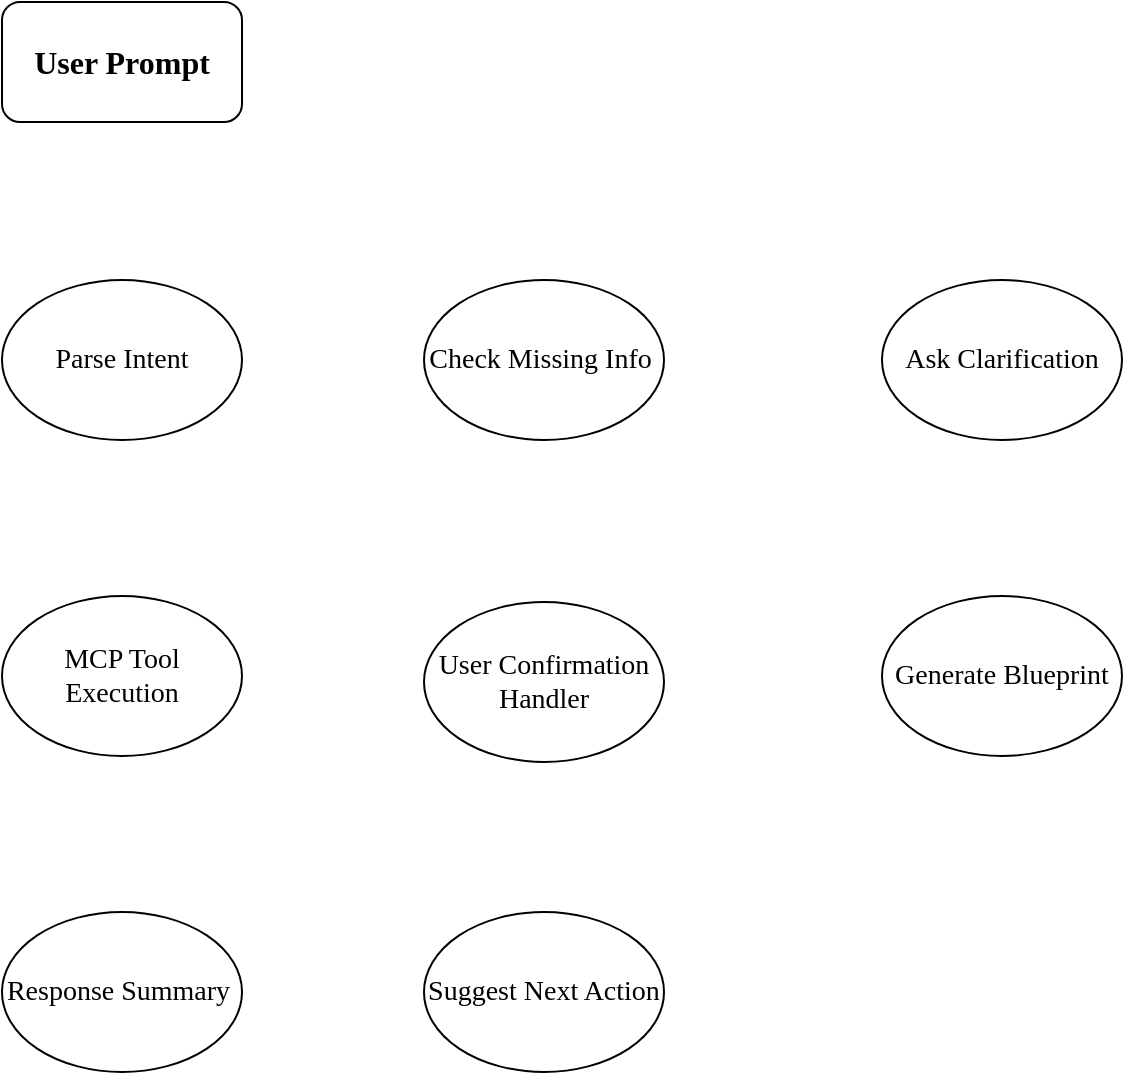
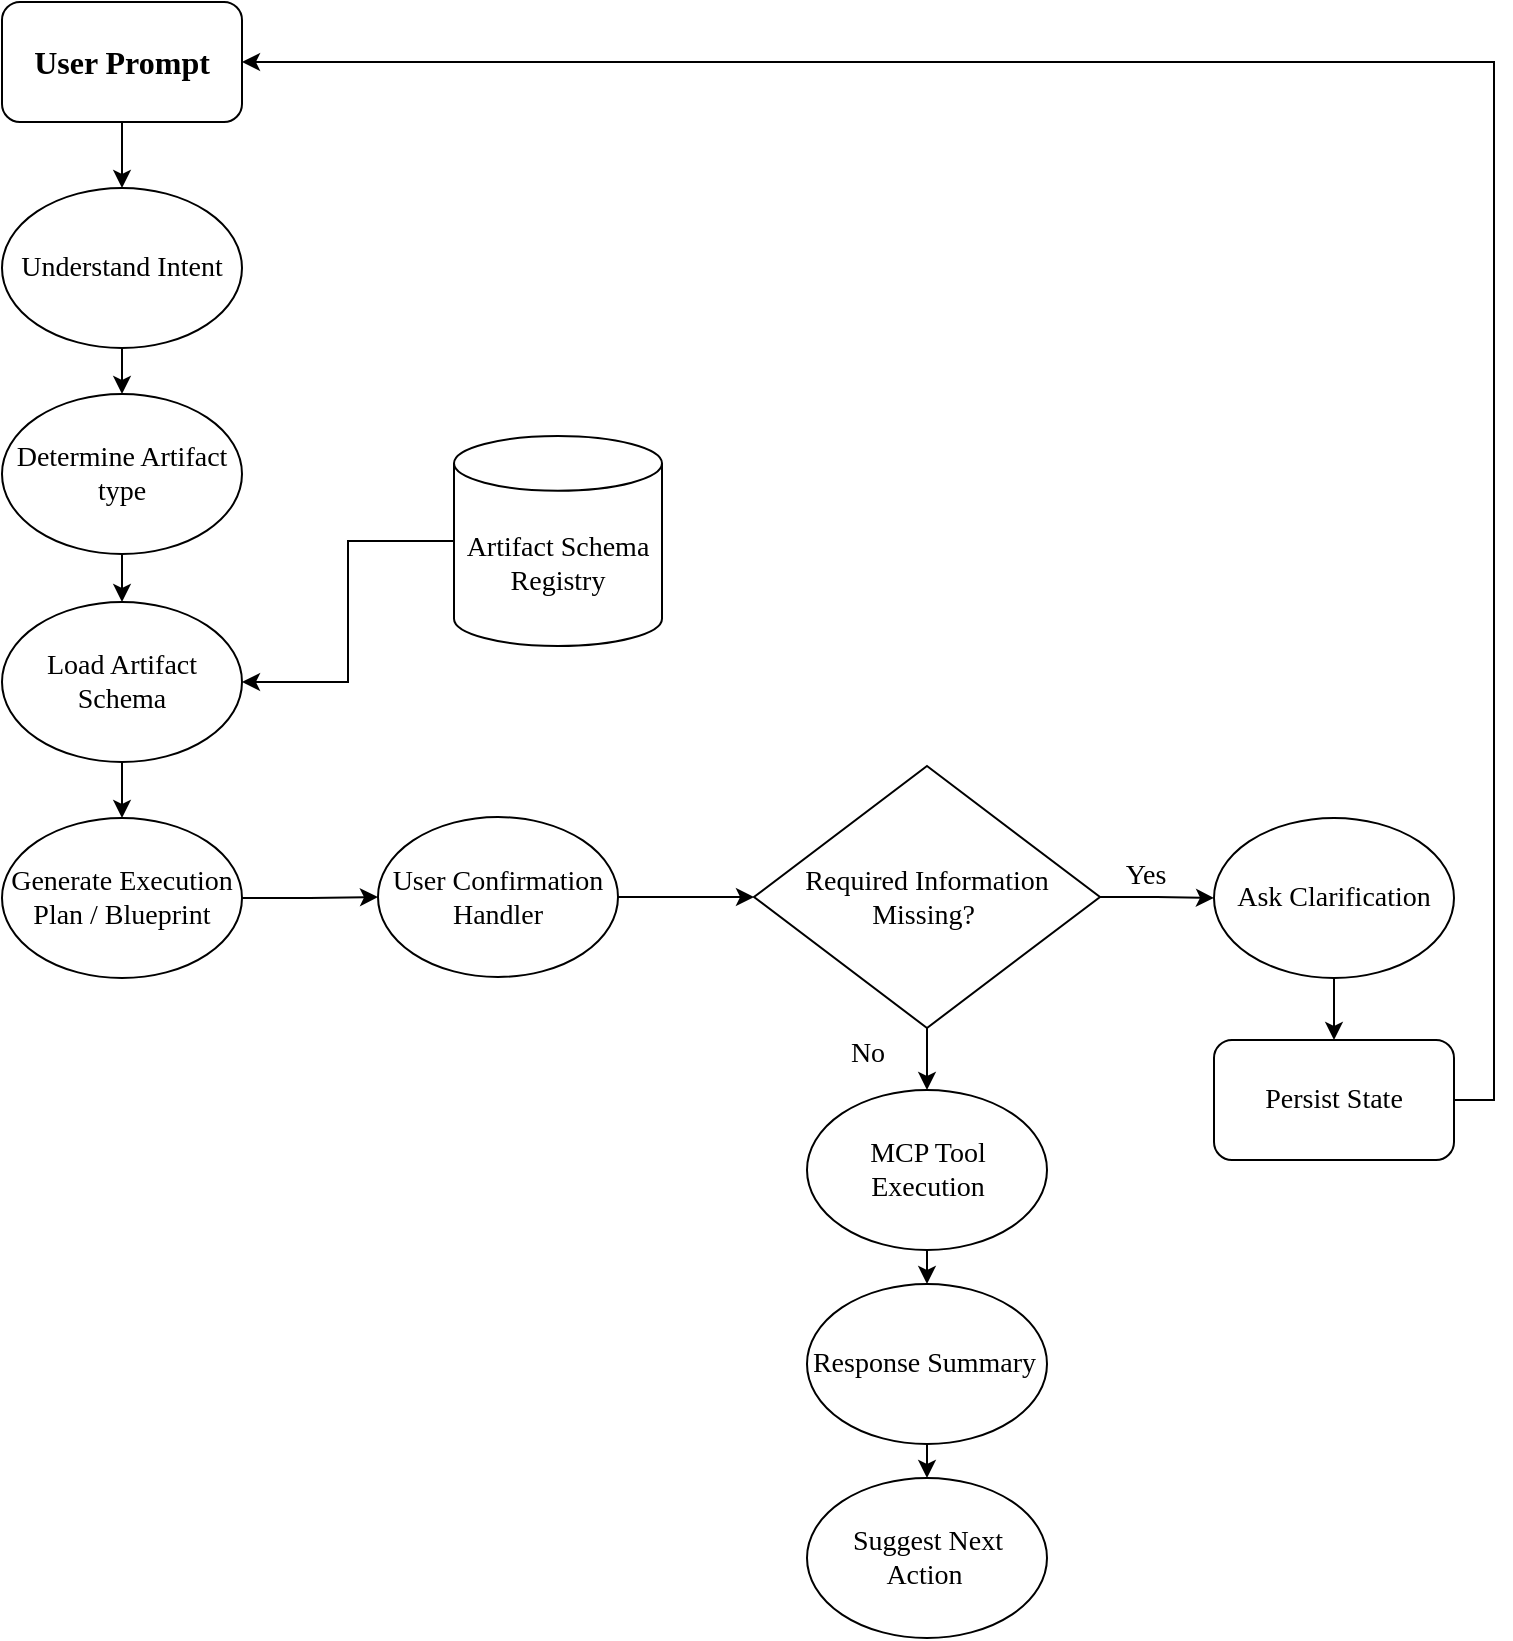
<mxfile host="app.diagrams.net">
  <diagram name="Page-1" id="b4t-OHUZPeLjAcX_frFG">
-     <mxGraphModel dx="1191" dy="775" grid="0" gridSize="10" guides="1" tooltips="1" connect="1" arrows="1" fold="1" page="1" pageScale="1" pageWidth="850" pageHeight="1100" math="0" shadow="0">
+     <mxGraphModel dx="1106" dy="720" grid="0" gridSize="10" guides="1" tooltips="1" connect="1" arrows="1" fold="1" page="1" pageScale="1" pageWidth="850" pageHeight="1100" math="0" shadow="0">
      <root>
        <mxCell id="0" />
        <mxCell id="1" parent="0" />
+         <mxCell id="P_YzglyMpul9Apfuinjc-12" edge="1" parent="1" source="P_YzglyMpul9Apfuinjc-1" style="edgeStyle=orthogonalEdgeStyle;rounded=0;orthogonalLoop=1;jettySize=auto;html=1;exitX=0.5;exitY=1;exitDx=0;exitDy=0;entryX=0.5;entryY=0;entryDx=0;entryDy=0;" target="P_YzglyMpul9Apfuinjc-3">
+           <mxGeometry relative="1" as="geometry" />
+         </mxCell>
        <mxCell id="P_YzglyMpul9Apfuinjc-1" parent="1" style="rounded=1;whiteSpace=wrap;html=1;fontFamily=Times New Roman;fontStyle=1;fontSize=16;" value="User Prompt" vertex="1">
          <mxGeometry height="60" width="120" x="137" y="35" as="geometry" />
        </mxCell>
-         <mxCell id="P_YzglyMpul9Apfuinjc-3" parent="1" style="ellipse;whiteSpace=wrap;html=1;fontFamily=Times New Roman;fontSize=14;" value="Parse Intent" vertex="1">
-           <mxGeometry height="80" width="120" x="137" y="174" as="geometry" />
+         <mxCell id="P_YzglyMpul9Apfuinjc-21" edge="1" parent="1" source="P_YzglyMpul9Apfuinjc-3" style="edgeStyle=orthogonalEdgeStyle;rounded=0;orthogonalLoop=1;jettySize=auto;html=1;exitX=0.5;exitY=1;exitDx=0;exitDy=0;entryX=0.5;entryY=0;entryDx=0;entryDy=0;" target="P_YzglyMpul9Apfuinjc-15">
+           <mxGeometry relative="1" as="geometry" />
        </mxCell>
-         <mxCell id="P_YzglyMpul9Apfuinjc-4" parent="1" style="ellipse;whiteSpace=wrap;html=1;fontFamily=Times New Roman;fontSize=14;" value="Check Missing Info&amp;nbsp;" vertex="1">
-           <mxGeometry height="80" width="120" x="348" y="174" as="geometry" />
+         <mxCell id="P_YzglyMpul9Apfuinjc-3" parent="1" style="ellipse;whiteSpace=wrap;html=1;fontFamily=Times New Roman;fontSize=14;" value="Understand Intent" vertex="1">
+           <mxGeometry height="80" width="120" x="137" y="128" as="geometry" />
        </mxCell>
-         <mxCell id="P_YzglyMpul9Apfuinjc-5" parent="1" style="ellipse;whiteSpace=wrap;html=1;fontFamily=Times New Roman;fontSize=14;" value="Ask Clarification" vertex="1">
-           <mxGeometry height="80" width="120" x="577" y="174" as="geometry" />
+         <mxCell id="P_YzglyMpul9Apfuinjc-34" edge="1" parent="1" source="P_YzglyMpul9Apfuinjc-4" style="edgeStyle=orthogonalEdgeStyle;rounded=0;orthogonalLoop=1;jettySize=auto;html=1;exitX=0.5;exitY=1;exitDx=0;exitDy=0;entryX=0.5;entryY=0;entryDx=0;entryDy=0;" target="P_YzglyMpul9Apfuinjc-33">
+           <mxGeometry relative="1" as="geometry" />
        </mxCell>
-         <mxCell id="P_YzglyMpul9Apfuinjc-6" parent="1" style="ellipse;whiteSpace=wrap;html=1;fontFamily=Times New Roman;fontSize=14;" value="Generate Blueprint" vertex="1">
-           <mxGeometry height="80" width="120" x="577" y="332" as="geometry" />
+         <mxCell id="P_YzglyMpul9Apfuinjc-4" parent="1" style="ellipse;whiteSpace=wrap;html=1;fontFamily=Times New Roman;fontSize=14;" value="Ask Clarification" vertex="1">
+           <mxGeometry height="80" width="120" x="743" y="443" as="geometry" />
+         </mxCell>
+         <mxCell id="P_YzglyMpul9Apfuinjc-31" edge="1" parent="1" source="P_YzglyMpul9Apfuinjc-6" style="edgeStyle=orthogonalEdgeStyle;rounded=0;orthogonalLoop=1;jettySize=auto;html=1;exitX=1;exitY=0.5;exitDx=0;exitDy=0;" target="P_YzglyMpul9Apfuinjc-7">
+           <mxGeometry relative="1" as="geometry" />
+         </mxCell>
+         <mxCell id="P_YzglyMpul9Apfuinjc-6" parent="1" style="ellipse;whiteSpace=wrap;html=1;fontFamily=Times New Roman;fontSize=14;" value="Generate Execution Plan / Blueprint" vertex="1">
+           <mxGeometry height="80" width="120" x="137" y="443" as="geometry" />
+         </mxCell>
+         <mxCell id="P_YzglyMpul9Apfuinjc-32" edge="1" parent="1" source="P_YzglyMpul9Apfuinjc-7" style="edgeStyle=orthogonalEdgeStyle;rounded=0;orthogonalLoop=1;jettySize=auto;html=1;exitX=1;exitY=0.5;exitDx=0;exitDy=0;entryX=0;entryY=0.5;entryDx=0;entryDy=0;" target="P_YzglyMpul9Apfuinjc-25">
+           <mxGeometry relative="1" as="geometry" />
        </mxCell>
        <mxCell id="P_YzglyMpul9Apfuinjc-7" parent="1" style="ellipse;whiteSpace=wrap;html=1;fontFamily=Times New Roman;fontSize=14;" value="User Confirmation Handler" vertex="1">
-           <mxGeometry height="80" width="120" x="348" y="335" as="geometry" />
+           <mxGeometry height="80" width="120" x="325" y="442.5" as="geometry" />
+         </mxCell>
+         <mxCell id="P_YzglyMpul9Apfuinjc-38" edge="1" parent="1" source="P_YzglyMpul9Apfuinjc-9" style="edgeStyle=orthogonalEdgeStyle;rounded=0;orthogonalLoop=1;jettySize=auto;html=1;exitX=0.5;exitY=1;exitDx=0;exitDy=0;entryX=0.5;entryY=0;entryDx=0;entryDy=0;" target="P_YzglyMpul9Apfuinjc-10">
+           <mxGeometry relative="1" as="geometry" />
        </mxCell>
        <mxCell id="P_YzglyMpul9Apfuinjc-9" parent="1" style="ellipse;whiteSpace=wrap;html=1;fontFamily=Times New Roman;fontSize=14;" value="MCP Tool Execution" vertex="1">
-           <mxGeometry height="80" width="120" x="137" y="332" as="geometry" />
+           <mxGeometry height="80" width="120" x="539.5" y="579" as="geometry" />
+         </mxCell>
+         <mxCell id="P_YzglyMpul9Apfuinjc-39" edge="1" parent="1" source="P_YzglyMpul9Apfuinjc-10" style="edgeStyle=orthogonalEdgeStyle;rounded=0;orthogonalLoop=1;jettySize=auto;html=1;exitX=0.5;exitY=1;exitDx=0;exitDy=0;entryX=0.5;entryY=0;entryDx=0;entryDy=0;" target="P_YzglyMpul9Apfuinjc-11">
+           <mxGeometry relative="1" as="geometry" />
        </mxCell>
        <mxCell id="P_YzglyMpul9Apfuinjc-10" parent="1" style="ellipse;whiteSpace=wrap;html=1;fontFamily=Times New Roman;fontSize=14;" value="Response Summary&amp;nbsp;" vertex="1">
-           <mxGeometry height="80" width="120" x="137" y="490" as="geometry" />
+           <mxGeometry height="80" width="120" x="539.5" y="676" as="geometry" />
        </mxCell>
-         <mxCell id="P_YzglyMpul9Apfuinjc-11" parent="1" style="ellipse;whiteSpace=wrap;html=1;fontFamily=Times New Roman;fontSize=14;" value="Suggest Next Action" vertex="1">
-           <mxGeometry height="80" width="120" x="348" y="490" as="geometry" />
+         <mxCell id="P_YzglyMpul9Apfuinjc-11" parent="1" style="ellipse;whiteSpace=wrap;html=1;fontFamily=Times New Roman;fontSize=14;" value="Suggest Next Action&amp;nbsp;" vertex="1">
+           <mxGeometry height="80" width="120" x="539.5" y="773" as="geometry" />
+         </mxCell>
+         <mxCell id="P_YzglyMpul9Apfuinjc-22" edge="1" parent="1" source="P_YzglyMpul9Apfuinjc-15" style="edgeStyle=orthogonalEdgeStyle;rounded=0;orthogonalLoop=1;jettySize=auto;html=1;exitX=0.5;exitY=1;exitDx=0;exitDy=0;entryX=0.5;entryY=0;entryDx=0;entryDy=0;" target="P_YzglyMpul9Apfuinjc-16">
+           <mxGeometry relative="1" as="geometry" />
+         </mxCell>
+         <mxCell id="P_YzglyMpul9Apfuinjc-15" parent="1" style="ellipse;whiteSpace=wrap;html=1;fontFamily=Times New Roman;fontSize=14;" value="&lt;span&gt;Determine Artifact type&lt;/span&gt;" vertex="1">
+           <mxGeometry height="80" width="120" x="137" y="231" as="geometry" />
+         </mxCell>
+         <mxCell id="P_YzglyMpul9Apfuinjc-23" edge="1" parent="1" source="P_YzglyMpul9Apfuinjc-16" style="edgeStyle=orthogonalEdgeStyle;rounded=0;orthogonalLoop=1;jettySize=auto;html=1;exitX=0.5;exitY=1;exitDx=0;exitDy=0;entryX=0.5;entryY=0;entryDx=0;entryDy=0;" target="P_YzglyMpul9Apfuinjc-6">
+           <mxGeometry relative="1" as="geometry" />
+         </mxCell>
+         <mxCell id="P_YzglyMpul9Apfuinjc-16" parent="1" style="ellipse;whiteSpace=wrap;html=1;fontFamily=Times New Roman;fontSize=14;" value="&lt;span&gt;Load Artifact Schema&lt;/span&gt;" vertex="1">
+           <mxGeometry height="80" width="120" x="137" y="335" as="geometry" />
+         </mxCell>
+         <mxCell id="P_YzglyMpul9Apfuinjc-24" edge="1" parent="1" source="P_YzglyMpul9Apfuinjc-19" style="edgeStyle=orthogonalEdgeStyle;rounded=0;orthogonalLoop=1;jettySize=auto;html=1;exitX=0;exitY=0.5;exitDx=0;exitDy=0;exitPerimeter=0;entryX=1;entryY=0.5;entryDx=0;entryDy=0;" target="P_YzglyMpul9Apfuinjc-16">
+           <mxGeometry relative="1" as="geometry" />
+         </mxCell>
+         <mxCell id="P_YzglyMpul9Apfuinjc-19" parent="1" style="shape=cylinder3;whiteSpace=wrap;html=1;boundedLbl=1;backgroundOutline=1;size=13.666625976562429;fontFamily=Times New Roman;fontSize=14;" value="Artifact Schema Registry" vertex="1">
+           <mxGeometry height="105" width="104" x="363" y="252" as="geometry" />
+         </mxCell>
+         <mxCell id="P_YzglyMpul9Apfuinjc-27" edge="1" parent="1" source="P_YzglyMpul9Apfuinjc-25" style="edgeStyle=orthogonalEdgeStyle;rounded=0;orthogonalLoop=1;jettySize=auto;html=1;exitX=1;exitY=0.5;exitDx=0;exitDy=0;entryX=0;entryY=0.5;entryDx=0;entryDy=0;" target="P_YzglyMpul9Apfuinjc-4">
+           <mxGeometry relative="1" as="geometry" />
+         </mxCell>
+         <mxCell id="P_YzglyMpul9Apfuinjc-37" edge="1" parent="1" source="P_YzglyMpul9Apfuinjc-25" style="edgeStyle=orthogonalEdgeStyle;rounded=0;orthogonalLoop=1;jettySize=auto;html=1;exitX=0.5;exitY=1;exitDx=0;exitDy=0;entryX=0.5;entryY=0;entryDx=0;entryDy=0;" target="P_YzglyMpul9Apfuinjc-9">
+           <mxGeometry relative="1" as="geometry" />
+         </mxCell>
+         <mxCell id="P_YzglyMpul9Apfuinjc-25" parent="1" style="rhombus;html=1;fontFamily=Times New Roman;fontSize=14;whiteSpace=wrap;verticalAlign=middle;align=center;" value="&lt;div&gt;Required Information Missing?&amp;nbsp;&lt;/div&gt;" vertex="1">
+           <mxGeometry height="131" width="173" x="513" y="417" as="geometry" />
+         </mxCell>
+         <mxCell id="P_YzglyMpul9Apfuinjc-28" parent="1" style="text;html=1;whiteSpace=wrap;strokeColor=none;fillColor=none;align=center;verticalAlign=middle;rounded=0;fontFamily=Times New Roman;fontSize=14;" value="Yes" vertex="1">
+           <mxGeometry height="30" width="60" x="679" y="457" as="geometry" />
+         </mxCell>
+         <mxCell id="P_YzglyMpul9Apfuinjc-29" parent="1" style="text;html=1;whiteSpace=wrap;strokeColor=none;fillColor=none;align=center;verticalAlign=middle;rounded=0;fontFamily=Times New Roman;fontSize=14;" value="No" vertex="1">
+           <mxGeometry height="30" width="60" x="539.5" y="546" as="geometry" />
+         </mxCell>
+         <mxCell id="P_YzglyMpul9Apfuinjc-35" edge="1" parent="1" source="P_YzglyMpul9Apfuinjc-33" style="edgeStyle=orthogonalEdgeStyle;rounded=0;orthogonalLoop=1;jettySize=auto;html=1;exitX=1;exitY=0.5;exitDx=0;exitDy=0;entryX=1;entryY=0.5;entryDx=0;entryDy=0;" target="P_YzglyMpul9Apfuinjc-1">
+           <mxGeometry relative="1" as="geometry" />
+         </mxCell>
+         <mxCell id="P_YzglyMpul9Apfuinjc-33" parent="1" style="rounded=1;whiteSpace=wrap;html=1;fontFamily=Times New Roman;fontSize=14;" value="Persist State" vertex="1">
+           <mxGeometry height="60" width="120" x="743" y="554" as="geometry" />
        </mxCell>
      </root>
    </mxGraphModel>
  </diagram>
</mxfile>
